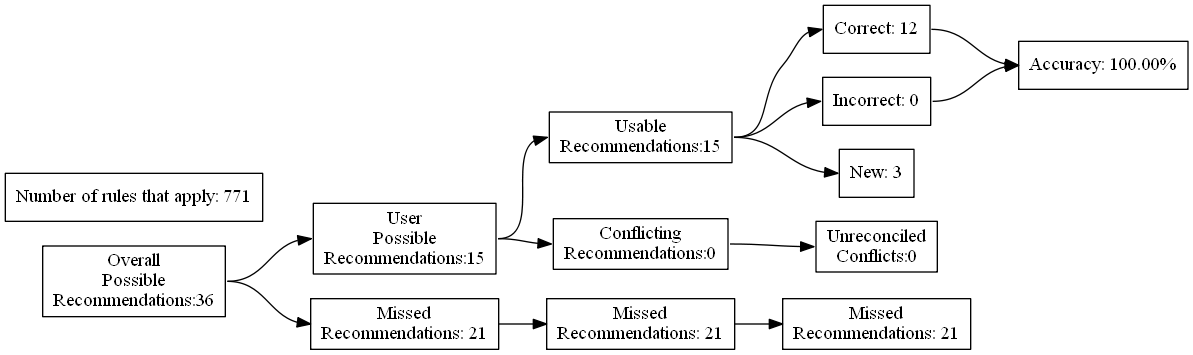
Earlier version of the Graphviz export test_renders/103.gv.png (ZaxR/ibd_diet_analysis). Its source is kept beside it as test_renders/103.gv. Source of this version:
```dot
digraph {
	graph [rankdir=LR]
	node [pos=r shape=box]
	edge [headport=w tailport=e]
		A [label="Overall
Possible
Recommendations:36"]
		B [label="User
Possible
Recommendations:15"]
		C [label="Missed
Recommendations: 21"]
		D [label="Usable
Recommendations:15"]
		E [label="Conflicting
Recommendations:0"]
		J [label="Missed
Recommendations: 21"]
		M [label="Unreconciled
Conflicts:0"]
		F [label="Correct: 12"]
		G [label="Incorrect: 0"]
		H [label="New: 3"]
		K [label="Missed
Recommendations: 21"]
		I [label="Accuracy: 100.00%"]
		l [label="Number of rules that apply: 771"]
			A -> B
			A -> C
			B -> D
			B -> E
			D -> F
			D -> G
			D -> H
			F -> I
			G -> I
			C -> J
			J -> K
			E -> M
}
```
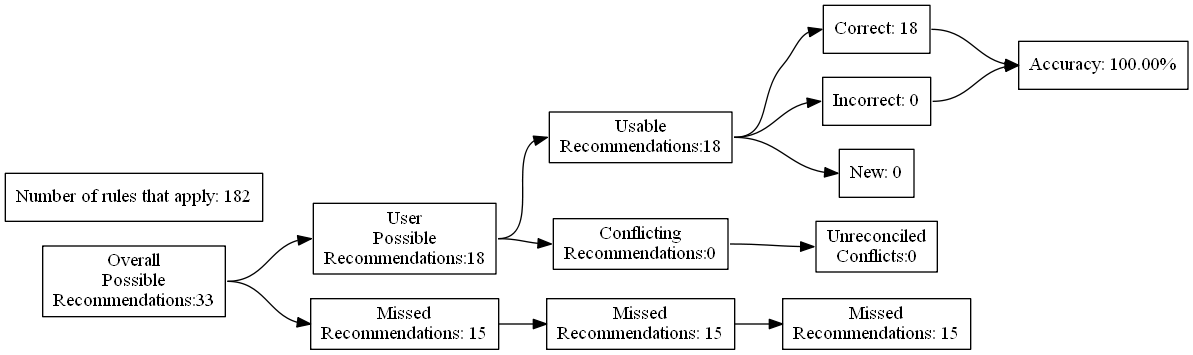
The same diagram one commit later.

Change to the diagram source:
```diff
@@ -4,27 +4,27 @@
 	edge [headport=w tailport=e]
 		A [label="Overall
 Possible
-Recommendations:36"]
+Recommendations:33"]
 		B [label="User
 Possible
-Recommendations:15"]
+Recommendations:18"]
 		C [label="Missed
-Recommendations: 21"]
+Recommendations: 15"]
 		D [label="Usable
-Recommendations:15"]
+Recommendations:18"]
 		E [label="Conflicting
 Recommendations:0"]
 		J [label="Missed
-Recommendations: 21"]
+Recommendations: 15"]
 		M [label="Unreconciled
 Conflicts:0"]
-		F [label="Correct: 12"]
+		F [label="Correct: 18"]
 		G [label="Incorrect: 0"]
-		H [label="New: 3"]
+		H [label="New: 0"]
 		K [label="Missed
-Recommendations: 21"]
+Recommendations: 15"]
 		I [label="Accuracy: 100.00%"]
-		l [label="Number of rules that apply: 771"]
+		l [label="Number of rules that apply: 182"]
 			A -> B
 			A -> C
 			B -> D
```
